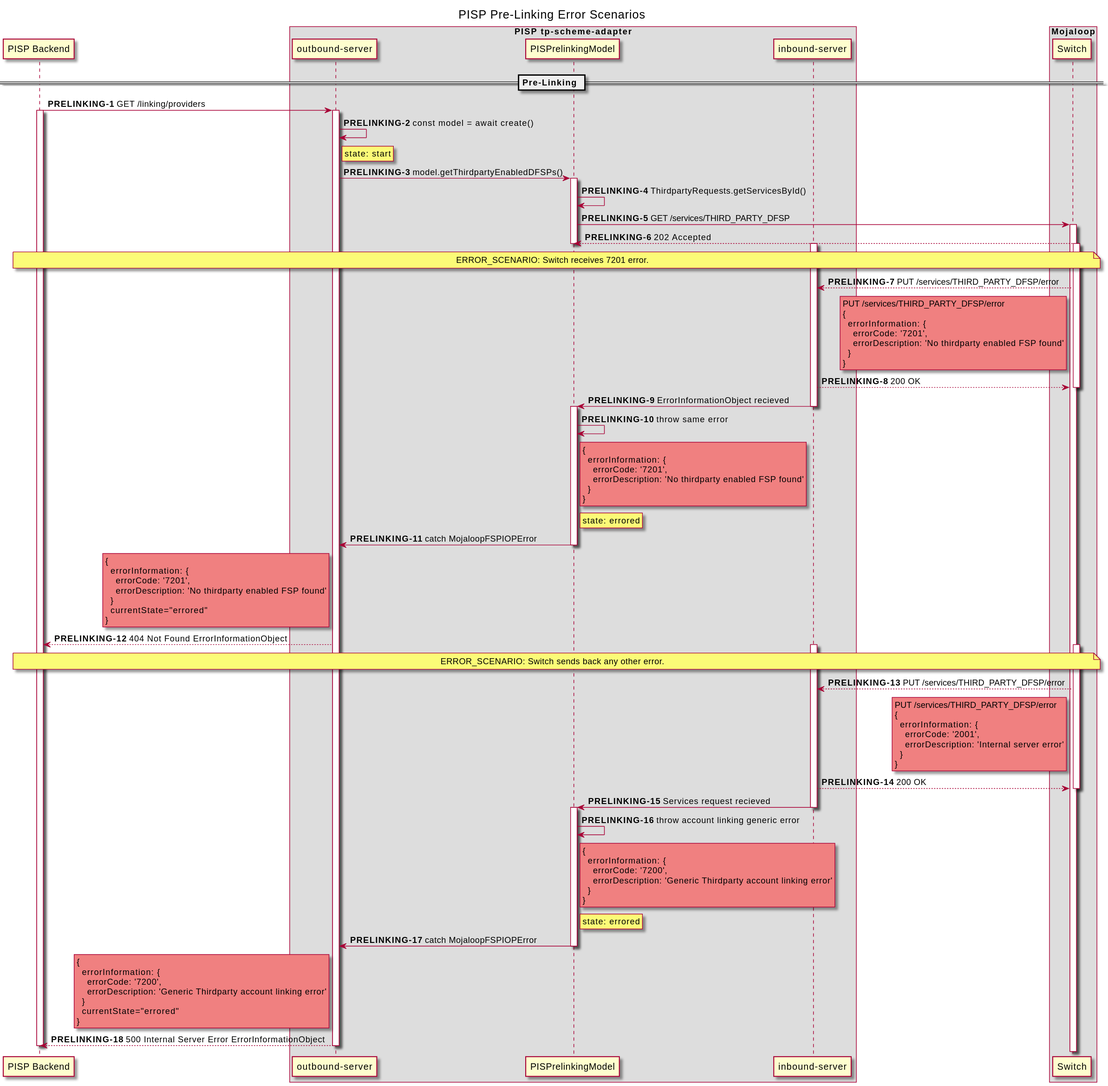
Earlier version of the PlantUML export out/docs/sequence/PISPPreLinkingApi/PISP Pre-Linking Error Scenarios.svg (mojaloop/thirdparty-sdk).
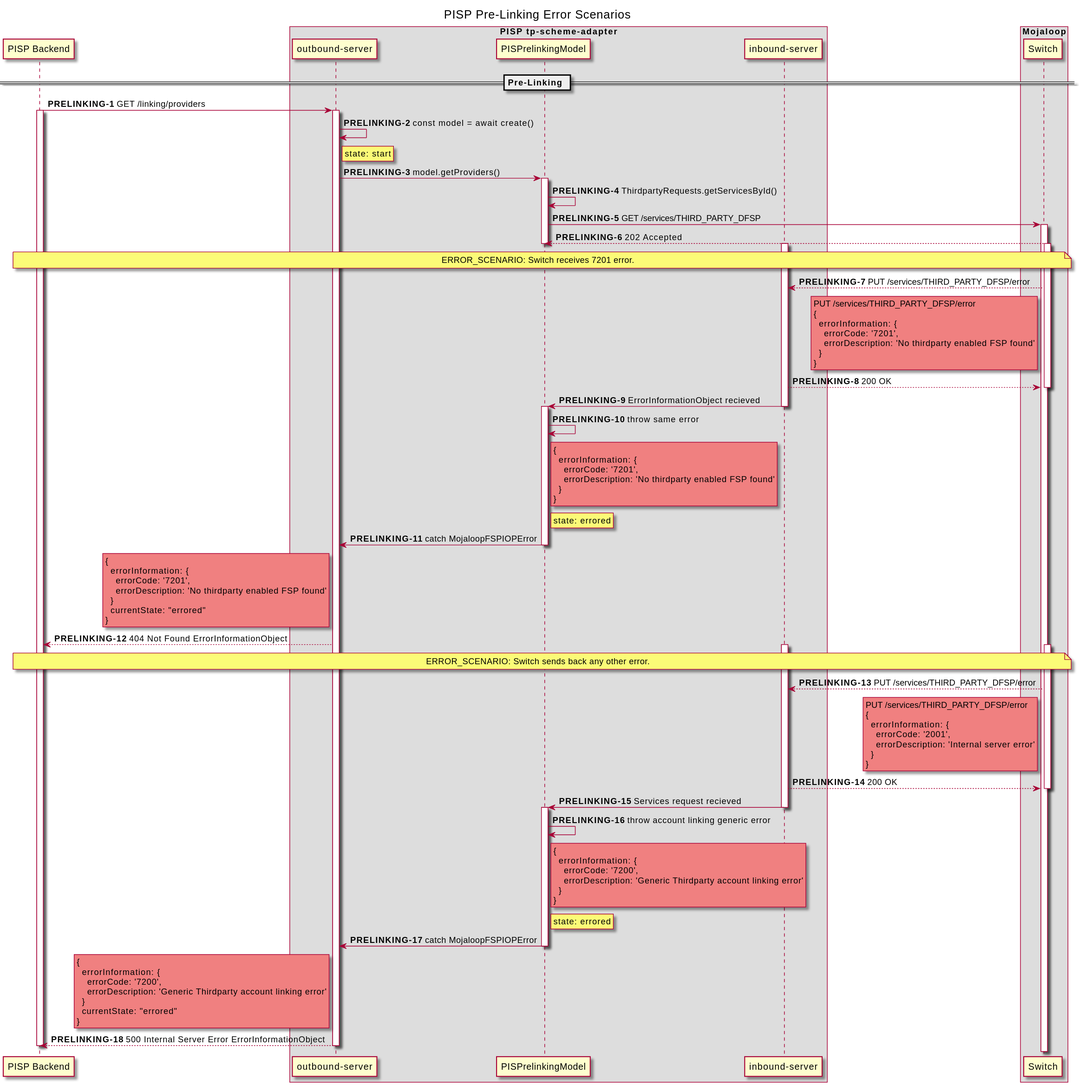
After the commit.

The edit, as a diff of the source:
```diff
@@ -22,7 +22,7 @@
 
 PISP_TP_OUT -> PISP_TP_OUT: const model = await create()
 rnote right of PISP_TP_OUT: state: start
-PISP_TP_OUT -> PISP_PLM: model.getThirdpartyEnabledDFSPs()
+PISP_TP_OUT -> PISP_PLM: model.getProviders()
 
 activate PISP_PLM
 
@@ -78,7 +78,7 @@
     errorCode: '7201',
     errorDescription: 'No thirdparty enabled FSP found'
   }
-  currentState="errored"
+  currentState: "errored"
 }
 end note
 PISP_TP_OUT --> PISP: 404 Not Found ErrorInformationObject
@@ -128,7 +128,7 @@
     errorCode: '7200',
     errorDescription: 'Generic Thirdparty account linking error'
   }
-  currentState="errored"
+  currentState: "errored"
 }
 end note
 PISP_TP_OUT --> PISP: 500 Internal Server Error ErrorInformationObject
```
